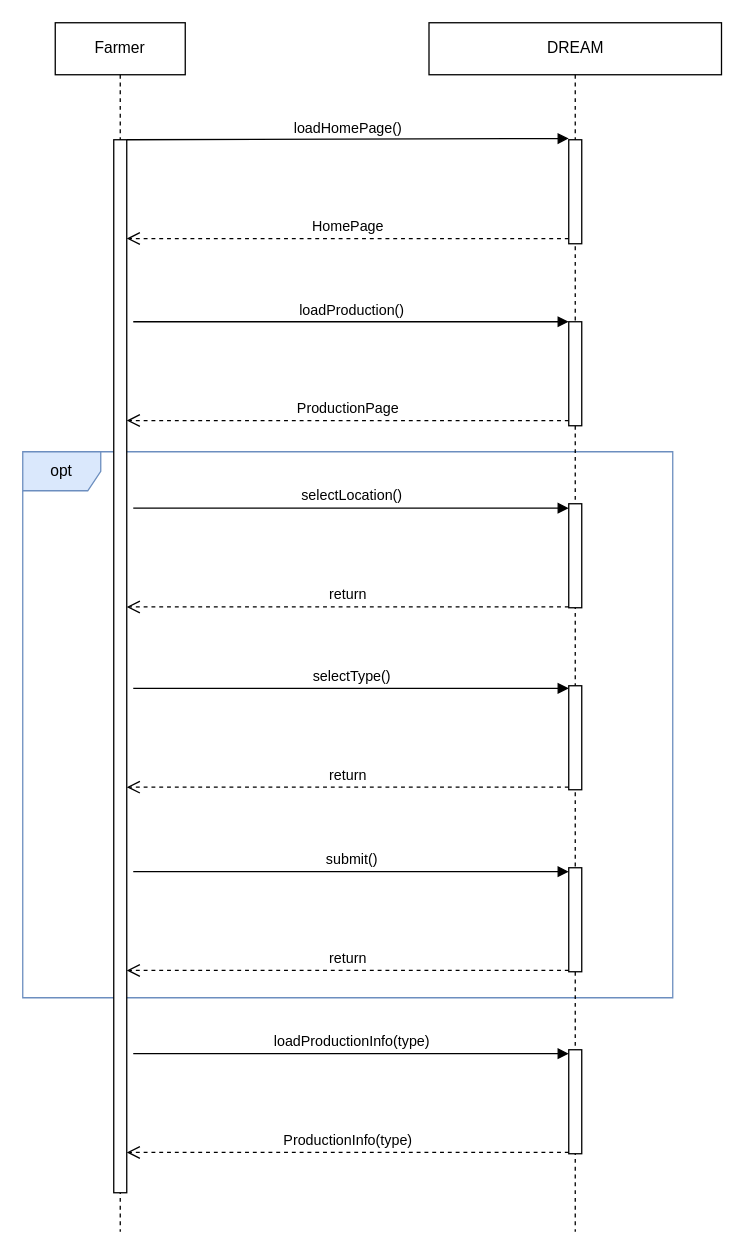
Before: page "FarmerCheckInfo" (6 of 12) of RASD/diagrams/Sequence Diagram.drawio in ictar/DREAM-SE2-Project-2022, a draw.io diagram. Source tidied: cells renumbered, new cells numbered last; positions are measured from the earlier drawing's top-left corner, leaving out a move shared by most shapes. Both pictures are drawn from the tidied source at 130%, with x=0, y=0 at pixel (22, 22).
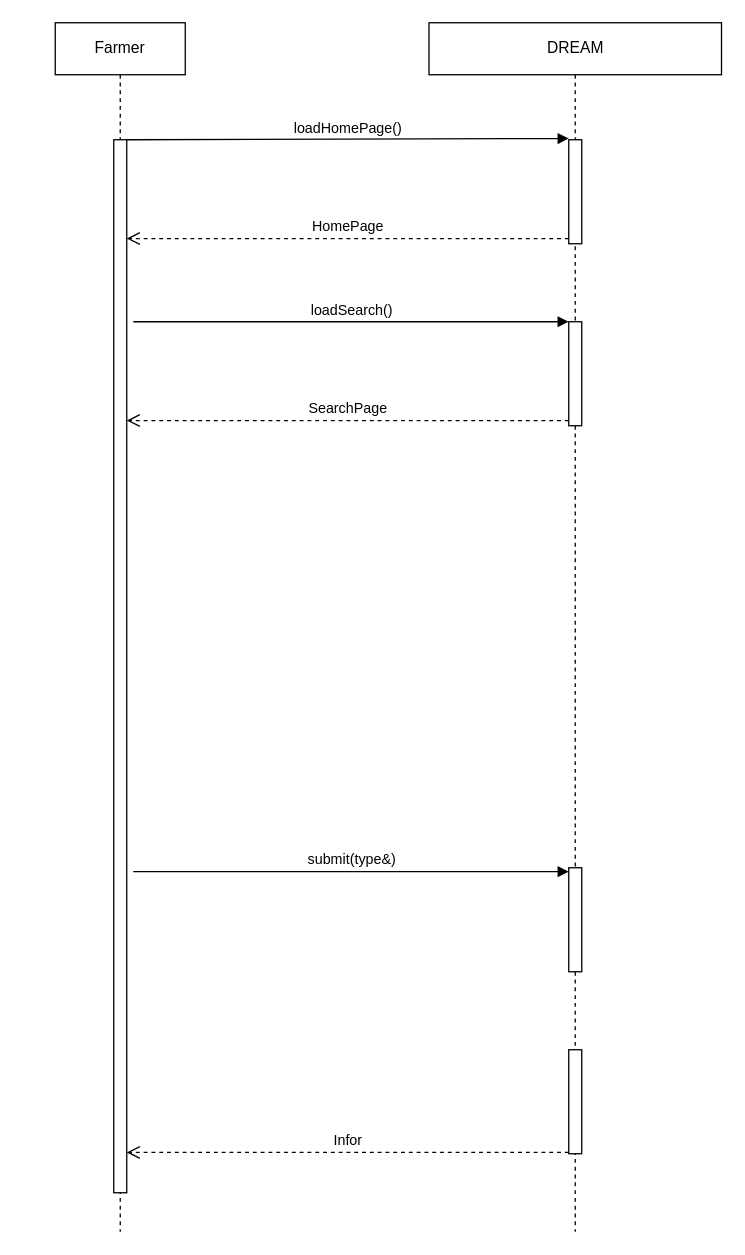
Above is the later version.

The change refers to these unchanged cells:
```xml
<mxCell id="19" style="html=1;points=[];perimeter=orthogonalPerimeter;" parent="1" vertex="1">
  <mxGeometry x="420" y="230" width="10" height="80" as="geometry" />
</mxCell>
```

Diff of the diagram source:
```diff
@@
-    <mxCell id="2" value="opt" style="shape=umlFrame;whiteSpace=wrap;html=1;fillColor=#dae8fc;strokeColor=#6c8ebf;" parent="1" vertex="1">
-      <mxGeometry y="330" width="500" height="420" as="geometry" />
-    </mxCell>
@@
-    <mxCell id="7" value="loadProduction()" style="html=1;verticalAlign=bottom;endArrow=block;entryX=0;entryY=0;rounded=0;" parent="1" edge="1" target="19">
+    <mxCell id="7" value="loadSearch()" style="html=1;verticalAlign=bottom;endArrow=block;entryX=0;entryY=0;rounded=0;" parent="1" edge="1" target="19">
       <mxGeometry relative="1" as="geometry">
         <mxPoint x="85" y="230" as="sourcePoint" />
       </mxGeometry>
     </mxCell>
-    <mxCell id="8" value="ProductionPage" style="html=1;verticalAlign=bottom;endArrow=open;dashed=1;endSize=8;exitX=0;exitY=0.95;rounded=0;" parent="1" edge="1" source="19">
+    <mxCell id="8" value="SearchPage" style="html=1;verticalAlign=bottom;endArrow=open;dashed=1;endSize=8;exitX=0;exitY=0.95;rounded=0;" parent="1" edge="1" source="19">
       <mxGeometry relative="1" as="geometry">
         <mxPoint x="80" y="306" as="targetPoint" />
       </mxGeometry>
     </mxCell>
-    <mxCell id="9" style="html=1;perimeter=orthogonalPerimeter;" parent="1" vertex="1">
-      <mxGeometry x="420" y="370" width="10" height="80" as="geometry" />
-    </mxCell>
-    <mxCell id="10" value="return" style="html=1;verticalAlign=bottom;endArrow=open;dashed=1;endSize=8;exitX=0;exitY=0.95;rounded=0;" parent="1" edge="1">
-      <mxGeometry relative="1" as="geometry">
-        <mxPoint x="420" y="449.4" as="sourcePoint" />
-        <mxPoint x="80" y="449.4" as="targetPoint" />
-      </mxGeometry>
-    </mxCell>
-    <mxCell id="11" value="selectLocation()" style="html=1;verticalAlign=bottom;endArrow=block;entryX=0;entryY=0;rounded=0;" parent="1" edge="1">
-      <mxGeometry relative="1" as="geometry">
-        <mxPoint x="85" y="373.4" as="sourcePoint" />
-        <mxPoint x="420" y="373.4" as="targetPoint" />
-      </mxGeometry>
-    </mxCell>
-    <mxCell id="12" value="return" style="html=1;verticalAlign=bottom;endArrow=open;dashed=1;endSize=8;exitX=0;exitY=0.95;rounded=0;" parent="1" edge="1">
-      <mxGeometry relative="1" as="geometry">
-        <mxPoint x="420" y="588" as="sourcePoint" />
-        <mxPoint x="80" y="588" as="targetPoint" />
-      </mxGeometry>
-    </mxCell>
-    <mxCell id="13" value="selectType()" style="html=1;verticalAlign=bottom;endArrow=block;entryX=0;entryY=0;rounded=0;" parent="1" edge="1">
-      <mxGeometry relative="1" as="geometry">
-        <mxPoint x="85" y="512" as="sourcePoint" />
-        <mxPoint x="420" y="512" as="targetPoint" />
-      </mxGeometry>
-    </mxCell>
-    <mxCell id="14" value="return" style="html=1;verticalAlign=bottom;endArrow=open;dashed=1;endSize=8;exitX=0;exitY=0.95;rounded=0;" parent="1" edge="1">
-      <mxGeometry relative="1" as="geometry">
-        <mxPoint x="420" y="729" as="sourcePoint" />
-        <mxPoint x="80" y="729" as="targetPoint" />
-      </mxGeometry>
-    </mxCell>
-    <mxCell id="15" value="submit()" style="html=1;verticalAlign=bottom;endArrow=block;entryX=0;entryY=0;rounded=0;" parent="1" edge="1">
+    <mxCell id="15" value="submit(type&amp;amp;)" style="html=1;verticalAlign=bottom;endArrow=block;entryX=0;entryY=0;rounded=0;" parent="1" edge="1">
       <mxGeometry relative="1" as="geometry">
         <mxPoint x="85" y="653" as="sourcePoint" />
         <mxPoint x="420" y="653" as="targetPoint" />
       </mxGeometry>
     </mxCell>
-    <mxCell id="16" value="ProductionInfo(type)" style="html=1;verticalAlign=bottom;endArrow=open;dashed=1;endSize=8;exitX=0;exitY=0.95;rounded=0;" parent="1" edge="1">
+    <mxCell id="16" value="Infor" style="html=1;verticalAlign=bottom;endArrow=open;dashed=1;endSize=8;exitX=0;exitY=0.95;rounded=0;" parent="1" edge="1">
       <mxGeometry relative="1" as="geometry">
         <mxPoint x="420" y="869" as="sourcePoint" />
         <mxPoint x="80" y="869" as="targetPoint" />
       </mxGeometry>
     </mxCell>
-    <mxCell id="17" value="loadProductionInfo(type)" style="html=1;verticalAlign=bottom;endArrow=block;entryX=0;entryY=0;rounded=0;" parent="1" edge="1">
-      <mxGeometry relative="1" as="geometry">
-        <mxPoint x="85" y="793" as="sourcePoint" />
-        <mxPoint x="420" y="793" as="targetPoint" />
-      </mxGeometry>
-    </mxCell>
@@
-    <mxCell id="20" style="html=1;perimeter=orthogonalPerimeter;" parent="1" vertex="1">
-      <mxGeometry x="420" y="510" width="10" height="80" as="geometry" />
-    </mxCell>
```
